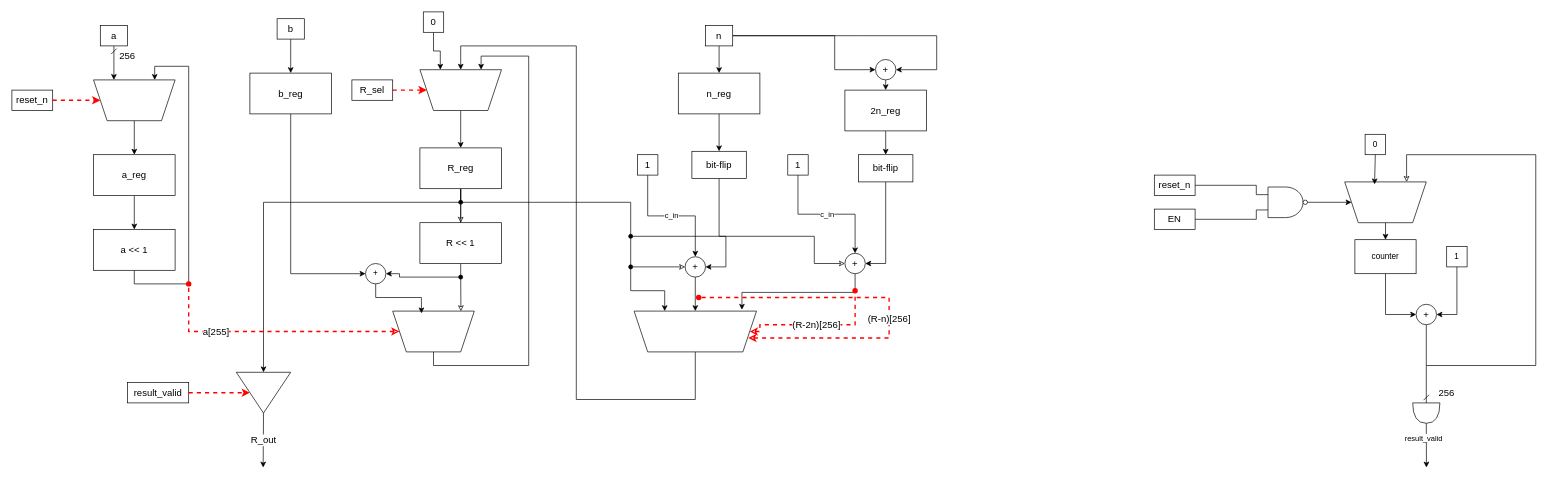
Lorangs/TFE4141_Digital_Design_1 keeps this draw.io diagram as page "Page-1" (1 of 2) of TermProject/mult_with_mod.drawio. Above is the earlier version. Source tidied: cells renumbered, new cells numbered last; positions are measured from the earlier drawing's top-left corner, leaving out a move shared by most shapes. Both pictures are drawn from the tidied source at 68%, with x=0, y=0 at pixel (12, 12).
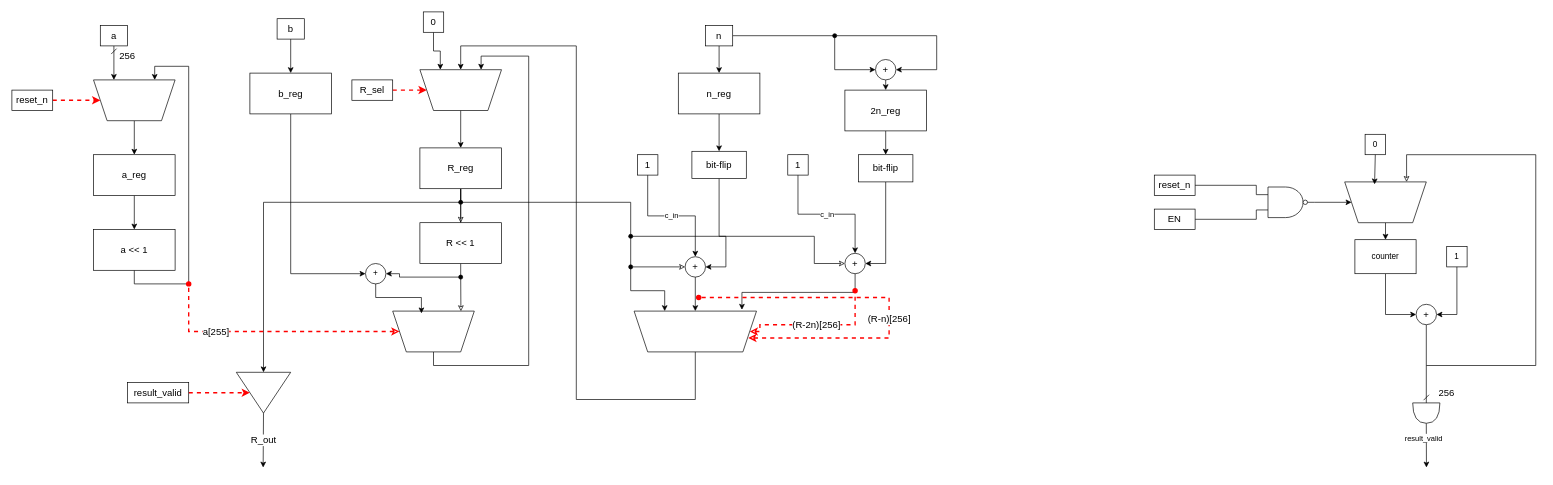
After the change.

Commit message:
endring av tegning

Unchanged cells that the change refers to:
```xml
<mxCell id="49" value="n" style="rounded=0;whiteSpace=wrap;html=1;fontSize=14;" parent="1" vertex="1">
  <mxGeometry x="1020" y="20" width="40" height="30" as="geometry" />
</mxCell>
<mxCell id="71" value="+" style="ellipse;whiteSpace=wrap;html=1;fontSize=14;rounded=0;" parent="1" vertex="1">
  <mxGeometry x="1270" y="70" width="30" height="30" as="geometry" />
</mxCell>
```

Change to the diagram source:
```diff
@@
-    <mxCell id="48" style="edgeStyle=none;html=1;exitX=1;exitY=0.5;exitDx=0;exitDy=0;rounded=0;curved=0;entryX=1;entryY=0.5;entryDx=0;entryDy=0;" parent="1" edge="1" source="49" target="71">
+    <mxCell id="48" style="edgeStyle=none;html=1;rounded=0;curved=0;entryX=1;entryY=0.5;entryDx=0;entryDy=0;startArrow=oval;startFill=1;" parent="1" edge="1" target="71">
       <mxGeometry relative="1" as="geometry">
+        <mxPoint x="1210" y="35" as="sourcePoint" />
         <Array as="points">
-          <mxPoint x="1250" y="35" />
           <mxPoint x="1360" y="35" />
           <mxPoint x="1360" y="85" />
         </Array>
       </mxGeometry>
     </mxCell>
```
